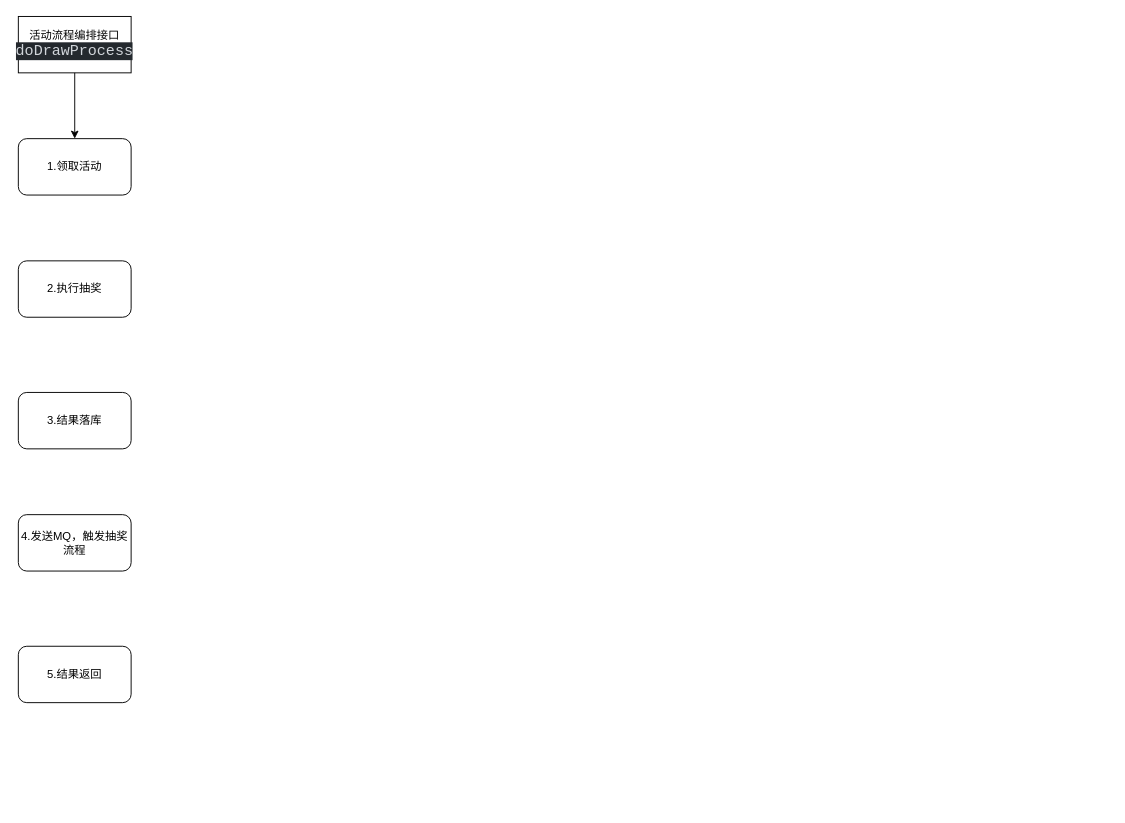
The draw.io diagram lottery.drawio in BreezeQian/github-test, before the edit. Source tidied: cells renumbered, new cells numbered last; positions are measured from the earlier drawing's top-left corner, leaving out a move shared by most shapes. Both pictures are drawn from the tidied source at 94%, with x=0, y=0 at pixel (18, 16).
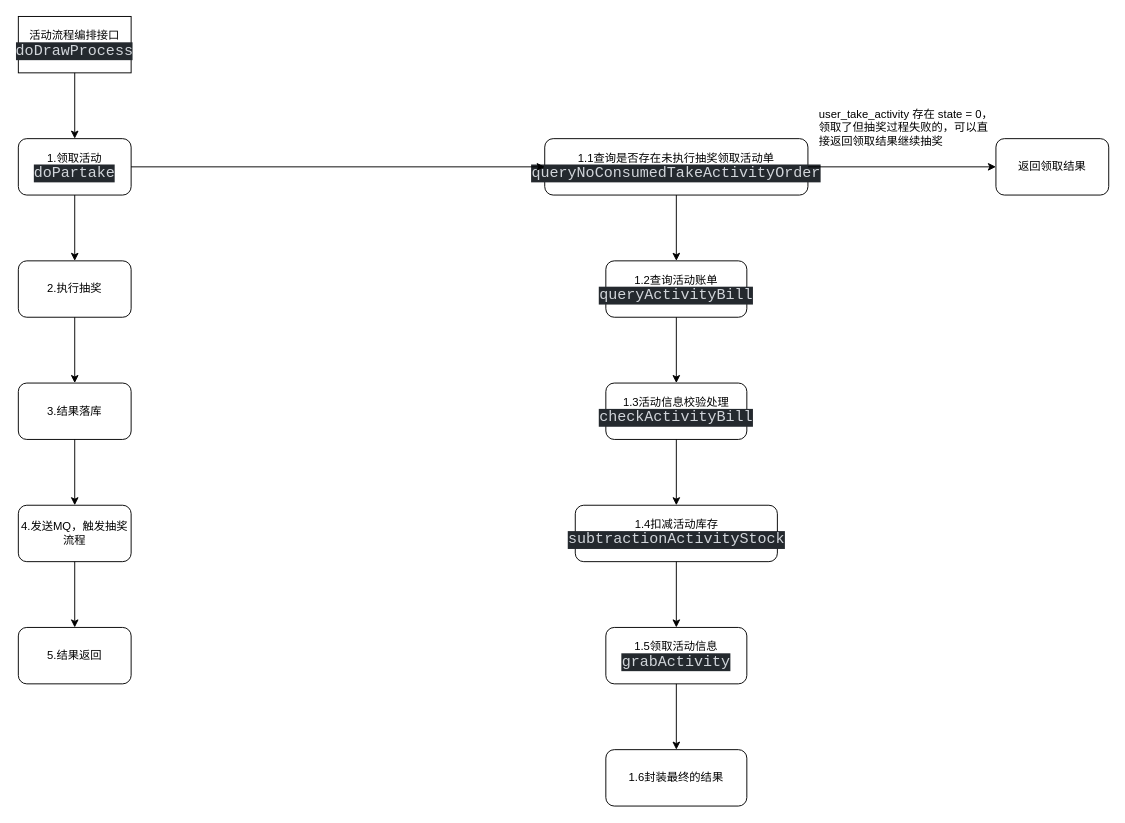
The same diagram, later.

The change refers to these unchanged cells:
```xml
<mxCell id="5" value="2.执行抽奖" style="rounded=1;whiteSpace=wrap;html=1;" parent="1" vertex="1">
  <mxGeometry y="260" width="120" height="60" as="geometry" />
</mxCell>
```

What changed in the source:
```diff
@@
-    <mxCell id="2" value="1.领取活动" style="rounded=1;whiteSpace=wrap;html=1;" parent="1" vertex="1">
+    <mxCell id="2" value="1.领取活动&lt;br&gt;&lt;div style=&quot;background-color: rgb(36, 41, 46); color: rgb(209, 213, 218); font-family: &amp;quot;JetBrains Mono&amp;quot;, monospace; font-size: 12pt;&quot;&gt;doPartake&lt;/div&gt;" style="rounded=1;whiteSpace=wrap;html=1;" parent="1" vertex="1">
       <mxGeometry y="130" width="120" height="60" as="geometry" />
     </mxCell>
@@
     <mxCell id="6" value="3.结果落库" style="rounded=1;whiteSpace=wrap;html=1;" parent="1" vertex="1">
-      <mxGeometry y="400" width="120" height="60" as="geometry" />
+      <mxGeometry y="390" width="120" height="60" as="geometry" />
     </mxCell>
     <mxCell id="7" value="4.发送MQ，触发抽奖流程" style="rounded=1;whiteSpace=wrap;html=1;" parent="1" vertex="1">
-      <mxGeometry y="530" width="120" height="60" as="geometry" />
+      <mxGeometry y="520" width="120" height="60" as="geometry" />
     </mxCell>
     <mxCell id="8" value="5.结果返回" style="rounded=1;whiteSpace=wrap;html=1;" parent="1" vertex="1">
-      <mxGeometry y="670" width="120" height="60" as="geometry" />
+      <mxGeometry y="650" width="120" height="60" as="geometry" />
     </mxCell>
+    <mxCell id="9" value="1.1查询是否存在未执行抽奖领取活动单&lt;br&gt;&lt;div style=&quot;background-color: rgb(36, 41, 46); color: rgb(209, 213, 218); font-family: &amp;quot;JetBrains Mono&amp;quot;, monospace; font-size: 12pt;&quot;&gt;queryNoConsumedTakeActivityOrder&lt;/div&gt;" style="rounded=1;whiteSpace=wrap;html=1;" parent="1" vertex="1">
+      <mxGeometry x="560" y="130" width="280" height="60" as="geometry" />
+    </mxCell>
+    <mxCell id="10" style="endArrow=classic;html=1;rounded=0;exitX=0.5;exitY=1;exitDx=0;exitDy=0;" parent="1" edge="1" source="2" target="5">
+      <mxGeometry relative="1" as="geometry" />
+    </mxCell>
+    <mxCell id="11" style="endArrow=classic;html=1;rounded=0;exitX=0.5;exitY=1;exitDx=0;exitDy=0;" parent="1" edge="1" source="5" target="6">
+      <mxGeometry relative="1" as="geometry" />
+    </mxCell>
+    <mxCell id="12" style="endArrow=classic;html=1;rounded=0;exitX=0.5;exitY=1;exitDx=0;exitDy=0;" parent="1" edge="1" source="6" target="7">
+      <mxGeometry relative="1" as="geometry" />
+    </mxCell>
+    <mxCell id="13" style="endArrow=classic;html=1;rounded=0;exitX=0.5;exitY=1;exitDx=0;exitDy=0;" parent="1" edge="1" source="7" target="8">
+      <mxGeometry relative="1" as="geometry" />
+    </mxCell>
+    <mxCell id="14" style="endArrow=classic;html=1;rounded=0;exitX=1;exitY=0.5;exitDx=0;exitDy=0;entryX=0;entryY=0.5;entryDx=0;entryDy=0;" parent="1" edge="1" source="2" target="9">
+      <mxGeometry relative="1" as="geometry" />
+    </mxCell>
+    <mxCell id="15" value="返回领取结果" style="rounded=1;whiteSpace=wrap;html=1;" parent="1" vertex="1">
+      <mxGeometry x="1040" y="130" width="120" height="60" as="geometry" />
+    </mxCell>
+    <mxCell id="16" value="user_take_activity 存在 state = 0，领取了但抽奖过程失败的，可以直接返回领取结果继续抽奖" style="text;whiteSpace=wrap;" parent="1" vertex="1">
+      <mxGeometry x="850" y="90" width="190" height="40" as="geometry" />
+    </mxCell>
+    <mxCell id="17" style="endArrow=classic;html=1;rounded=0;exitX=1;exitY=0.5;exitDx=0;exitDy=0;" parent="1" edge="1" source="9" target="15">
+      <mxGeometry relative="1" as="geometry" />
+    </mxCell>
+    <mxCell id="18" value="1.2查询活动账单&lt;br&gt;&lt;div style=&quot;background-color: rgb(36, 41, 46); color: rgb(209, 213, 218); font-family: &amp;quot;JetBrains Mono&amp;quot;, monospace; font-size: 12pt;&quot;&gt;queryActivityBill&lt;/div&gt;" style="rounded=1;whiteSpace=wrap;html=1;" parent="1" vertex="1">
+      <mxGeometry x="625" y="260" width="150" height="60" as="geometry" />
+    </mxCell>
+    <mxCell id="19" style="endArrow=classic;html=1;rounded=0;exitX=0.5;exitY=1;exitDx=0;exitDy=0;" parent="1" edge="1" source="9" target="18">
+      <mxGeometry relative="1" as="geometry" />
+    </mxCell>
+    <mxCell id="20" value="1.3活动信息校验处理&lt;br&gt;&lt;div style=&quot;background-color: rgb(36, 41, 46); color: rgb(209, 213, 218); font-family: &amp;quot;JetBrains Mono&amp;quot;, monospace; font-size: 12pt;&quot;&gt;checkActivityBill&lt;/div&gt;" style="rounded=1;whiteSpace=wrap;html=1;" parent="1" vertex="1">
+      <mxGeometry x="625" y="390" width="150" height="60" as="geometry" />
+    </mxCell>
+    <mxCell id="21" value="1.4扣减活动库存&lt;br&gt;&lt;div style=&quot;background-color: rgb(36, 41, 46); color: rgb(209, 213, 218); font-family: &amp;quot;JetBrains Mono&amp;quot;, monospace; font-size: 12pt;&quot;&gt;subtractionActivityStock&lt;/div&gt;" style="rounded=1;whiteSpace=wrap;html=1;" parent="1" vertex="1">
+      <mxGeometry x="592.5" y="520" width="215" height="60" as="geometry" />
+    </mxCell>
+    <mxCell id="22" value="1.5领取活动信息&lt;br&gt;&lt;div style=&quot;background-color: rgb(36, 41, 46); color: rgb(209, 213, 218); font-family: &amp;quot;JetBrains Mono&amp;quot;, monospace; font-size: 12pt;&quot;&gt;grabActivity&lt;/div&gt;" style="rounded=1;whiteSpace=wrap;html=1;" parent="1" vertex="1">
+      <mxGeometry x="625" y="650" width="150" height="60" as="geometry" />
+    </mxCell>
+    <mxCell id="23" value="1.6封装最终的结果" style="rounded=1;whiteSpace=wrap;html=1;" parent="1" vertex="1">
+      <mxGeometry x="625" y="780" width="150" height="60" as="geometry" />
+    </mxCell>
+    <mxCell id="24" style="endArrow=classic;html=1;rounded=0;exitX=0.5;exitY=1;exitDx=0;exitDy=0;entryX=0.5;entryY=0;entryDx=0;entryDy=0;" parent="1" edge="1" source="18" target="20">
+      <mxGeometry relative="1" as="geometry" />
+    </mxCell>
+    <mxCell id="25" style="endArrow=classic;html=1;rounded=0;" parent="1" edge="1" target="21">
+      <mxGeometry relative="1" as="geometry">
+        <mxPoint x="700" y="450" as="sourcePoint" />
+      </mxGeometry>
+    </mxCell>
+    <mxCell id="26" style="endArrow=classic;html=1;rounded=0;exitX=0.5;exitY=1;exitDx=0;exitDy=0;" parent="1" edge="1" source="21" target="22">
+      <mxGeometry relative="1" as="geometry" />
+    </mxCell>
+    <mxCell id="27" style="endArrow=classic;html=1;rounded=0;exitX=0.5;exitY=1;exitDx=0;exitDy=0;entryX=0.5;entryY=0;entryDx=0;entryDy=0;" parent="1" edge="1" source="22" target="23">
+      <mxGeometry relative="1" as="geometry" />
+    </mxCell>
```
